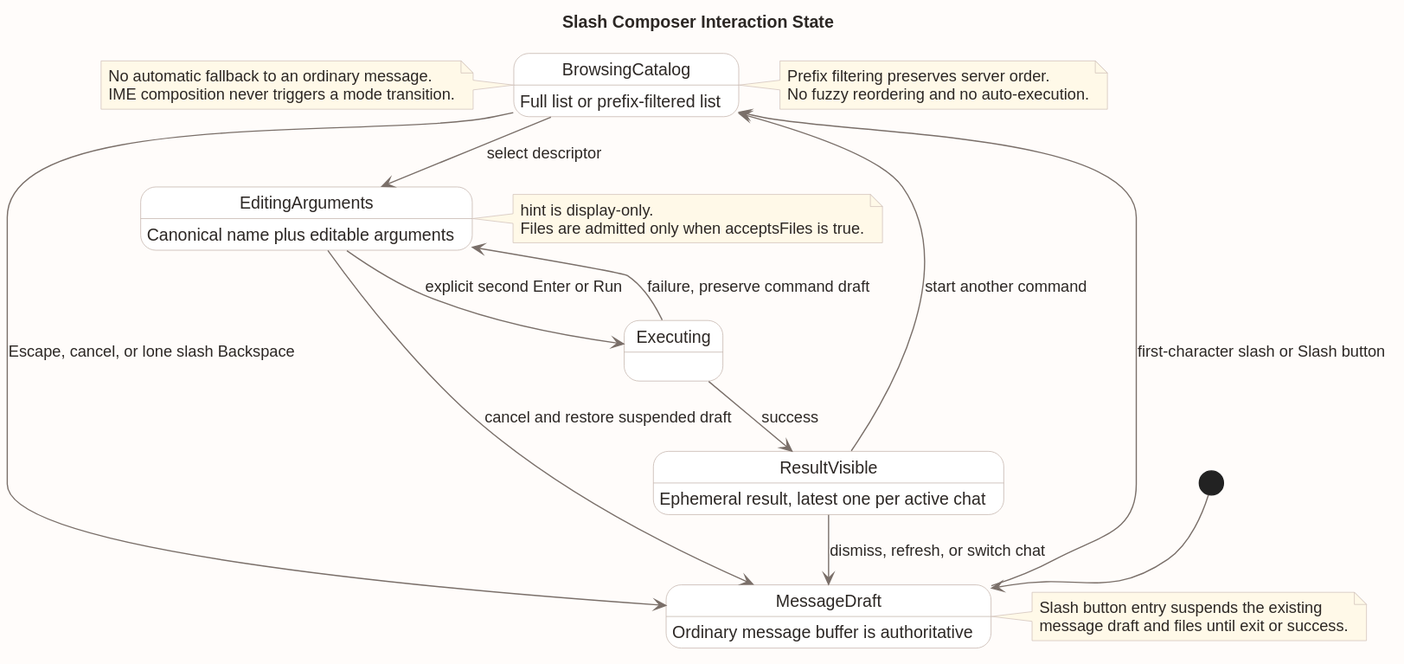
Earlier version of the PlantUML export 04-命令与技能/00-Slash-Command通用模块/前端设计/slash_composer_state.svg (ssm0808/pi-mono-java-design).
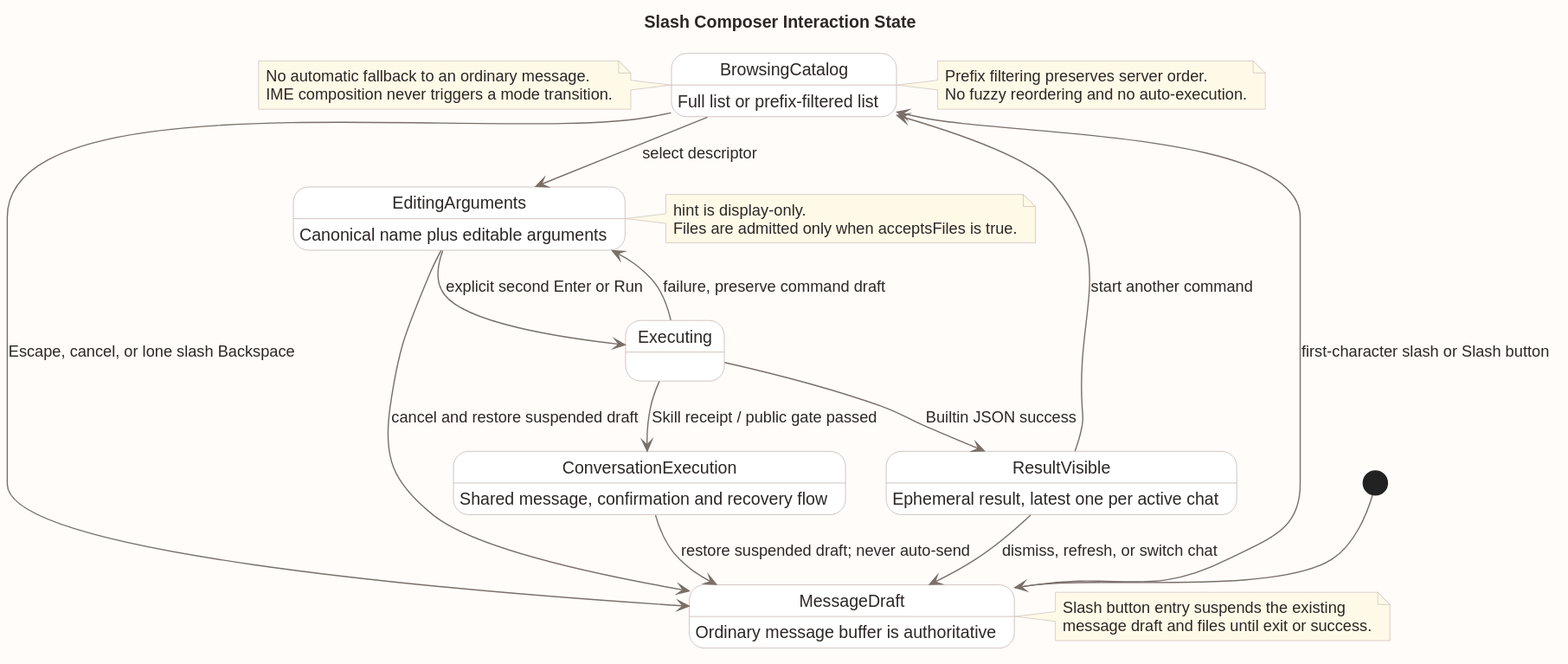
The same file after the commit.

What changed in the source:
```diff
@@ -31,7 +31,10 @@
 
 state Executing
 Executing --> EditingArguments : failure, preserve command draft
-Executing --> ResultVisible : success
+Executing --> ResultVisible : Builtin JSON success
+Executing --> ConversationExecution : Skill receipt / public gate passed
+ConversationExecution : Shared message, confirmation and recovery flow
+ConversationExecution --> MessageDraft : restore suspended draft; never auto-send
 
 state ResultVisible
 ResultVisible : Ephemeral result, latest one per active chat
```
